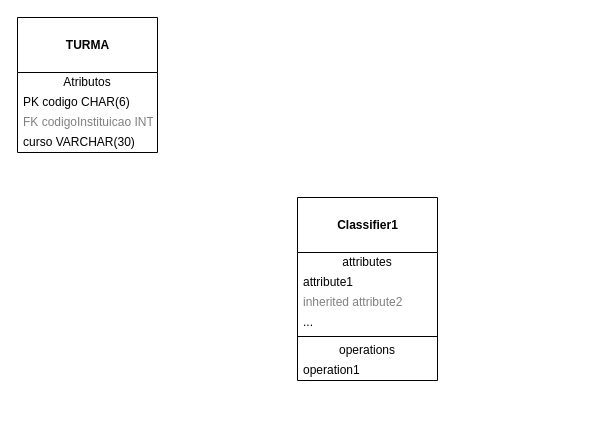
This is Untitled Diagram.drawio from LuisMeirelles/lembre.me-backend, a draw.io file, before an edit. Source tidied: cells renumbered, new cells numbered last; positions are measured from the earlier drawing's top-left corner, leaving out a move shared by most shapes. Both pictures are drawn from the tidied source at 100%, with x=0, y=0 at pixel (17, 17).
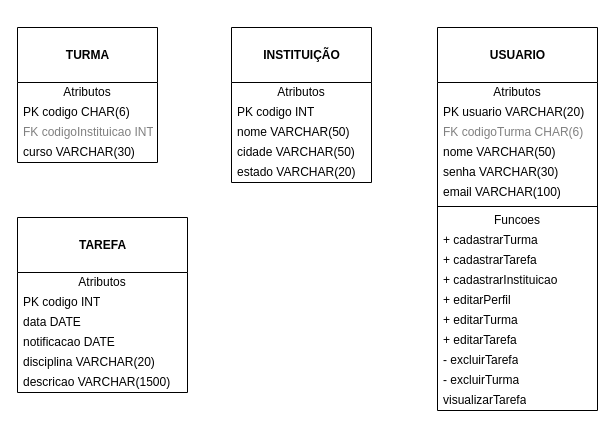
The same diagram, later.

The edit, as a diff of the source:
```diff
@@
     <mxCell id="2" value="&lt;b&gt;&lt;br&gt;TURMA&lt;/b&gt;" style="swimlane;fontStyle=0;align=center;verticalAlign=top;horizontal=1;startSize=55;html=1;" parent="1" vertex="1">
-      <mxGeometry width="140" height="135" as="geometry" />
+      <mxGeometry y="10" width="140" height="135" as="geometry" />
     </mxCell>
@@
-    <mxCell id="7" value="&lt;br&gt;&lt;b&gt;Classifier1&lt;/b&gt;&lt;br&gt;" style="swimlane;fontStyle=0;align=center;verticalAlign=top;horizontal=1;startSize=55;html=1;" parent="1" vertex="1">
-      <mxGeometry x="280" y="180" width="140" height="183" as="geometry" />
+    <mxCell id="7" value="&lt;br&gt;&lt;b&gt;INSTITUIÇÃO&lt;/b&gt;" style="swimlane;fontStyle=0;align=center;verticalAlign=top;horizontal=1;startSize=55;html=1;" parent="1" vertex="1">
+      <mxGeometry x="214" y="10" width="140" height="155" as="geometry" />
     </mxCell>
-    <mxCell id="8" value="attributes" style="text;html=1;strokeColor=none;fillColor=none;align=center;verticalAlign=middle;spacingLeft=4;spacingRight=4;overflow=hidden;" parent="7" vertex="1">
+    <mxCell id="8" value="Atributos" style="text;html=1;strokeColor=none;fillColor=none;align=center;verticalAlign=middle;spacingLeft=4;spacingRight=4;overflow=hidden;" parent="7" vertex="1">
       <mxGeometry y="55" width="140" height="20" as="geometry" />
     </mxCell>
-    <mxCell id="9" value="attribute1" style="text;html=1;strokeColor=none;fillColor=none;align=left;verticalAlign=middle;spacingLeft=4;spacingRight=4;overflow=hidden;" parent="7" vertex="1">
+    <mxCell id="9" value="PK codigo INT" style="text;html=1;strokeColor=none;fillColor=none;align=left;verticalAlign=middle;spacingLeft=4;spacingRight=4;overflow=hidden;" parent="7" vertex="1">
       <mxGeometry y="75" width="140" height="20" as="geometry" />
     </mxCell>
-    <mxCell id="10" value="inherited attribute2" style="text;html=1;strokeColor=none;fillColor=none;align=left;verticalAlign=middle;spacingLeft=4;spacingRight=4;overflow=hidden;fontColor=#808080;" parent="7" vertex="1">
-      <mxGeometry y="95" width="140" height="20" as="geometry" />
-    </mxCell>
+    <mxCell id="15" value="nome VARCHAR(50)" style="text;html=1;strokeColor=none;fillColor=none;align=left;verticalAlign=middle;spacingLeft=4;spacingRight=4;overflow=hidden;" parent="7" vertex="1">
+      <mxGeometry y="95" width="140" height="20" as="geometry" />
+    </mxCell>
+    <mxCell id="16" value="cidade VARCHAR(50)" style="text;html=1;strokeColor=none;fillColor=none;align=left;verticalAlign=middle;spacingLeft=4;spacingRight=4;overflow=hidden;" parent="7" vertex="1">
+      <mxGeometry y="115" width="140" height="20" as="geometry" />
+    </mxCell>
-    <mxCell id="11" value="..." style="text;html=1;strokeColor=none;fillColor=none;align=left;verticalAlign=middle;spacingLeft=4;spacingRight=4;overflow=hidden;" parent="7" vertex="1">
-      <mxGeometry y="115" width="140" height="20" as="geometry" />
+    <mxCell id="11" value="estado VARCHAR(20)" style="text;html=1;strokeColor=none;fillColor=none;align=left;verticalAlign=middle;spacingLeft=4;spacingRight=4;overflow=hidden;" parent="7" vertex="1">
+      <mxGeometry y="135" width="140" height="20" as="geometry" />
     </mxCell>
-    <mxCell id="12" style="line;strokeWidth=1;fillColor=none;align=left;verticalAlign=middle;spacingTop=-1;spacingLeft=3;spacingRight=3;labelPosition=right;" parent="7" vertex="1">
-      <mxGeometry y="135" width="140" height="8" as="geometry" />
-    </mxCell>
-    <mxCell id="13" value="operations" style="text;html=1;strokeColor=none;fillColor=none;align=center;verticalAlign=middle;spacingLeft=4;spacingRight=4;overflow=hidden;" parent="7" vertex="1">
-      <mxGeometry y="143" width="140" height="20" as="geometry" />
-    </mxCell>
-    <mxCell id="14" value="operation1" style="text;html=1;strokeColor=none;fillColor=none;align=left;verticalAlign=middle;spacingLeft=4;spacingRight=4;overflow=hidden;" parent="7" vertex="1">
-      <mxGeometry y="163" width="140" height="20" as="geometry" />
-    </mxCell>
+    <mxCell id="17" value="&lt;br&gt;&lt;b&gt;USUARIO&lt;/b&gt;" style="swimlane;fontStyle=0;align=center;verticalAlign=top;horizontal=1;startSize=55;html=1;" parent="1" vertex="1">
+      <mxGeometry x="420" y="10" width="160" height="383" as="geometry" />
+    </mxCell>
+    <mxCell id="18" value="Atributos" style="text;html=1;strokeColor=none;fillColor=none;align=center;verticalAlign=middle;spacingLeft=4;spacingRight=4;overflow=hidden;" parent="17" vertex="1">
+      <mxGeometry y="55" width="160" height="20" as="geometry" />
+    </mxCell>
+    <mxCell id="19" value="PK usuario VARCHAR(20)" style="text;html=1;strokeColor=none;fillColor=none;align=left;verticalAlign=middle;spacingLeft=4;spacingRight=4;overflow=hidden;" parent="17" vertex="1">
+      <mxGeometry y="75" width="160" height="20" as="geometry" />
+    </mxCell>
+    <mxCell id="20" value="FK codigoTurma CHAR(6)" style="text;html=1;strokeColor=none;fillColor=none;align=left;verticalAlign=middle;spacingLeft=4;spacingRight=4;overflow=hidden;fontColor=#808080;" parent="17" vertex="1">
+      <mxGeometry y="95" width="160" height="20" as="geometry" />
+    </mxCell>
+    <mxCell id="21" value="nome VARCHAR(50)" style="text;html=1;strokeColor=none;fillColor=none;align=left;verticalAlign=middle;spacingLeft=4;spacingRight=4;overflow=hidden;" parent="17" vertex="1">
+      <mxGeometry y="115" width="160" height="20" as="geometry" />
+    </mxCell>
+    <mxCell id="22" value="senha VARCHAR(30)" style="text;html=1;strokeColor=none;fillColor=none;align=left;verticalAlign=middle;spacingLeft=4;spacingRight=4;overflow=hidden;" parent="17" vertex="1">
+      <mxGeometry y="135" width="160" height="20" as="geometry" />
+    </mxCell>
+    <mxCell id="23" value="email VARCHAR(100)" style="text;html=1;strokeColor=none;fillColor=none;align=left;verticalAlign=middle;spacingLeft=4;spacingRight=4;overflow=hidden;" parent="17" vertex="1">
+      <mxGeometry y="155" width="160" height="20" as="geometry" />
+    </mxCell>
+    <mxCell id="24" style="line;strokeWidth=1;fillColor=none;align=left;verticalAlign=middle;spacingTop=-1;spacingLeft=3;spacingRight=3;labelPosition=right;" parent="17" vertex="1">
+      <mxGeometry y="175" width="160" height="8" as="geometry" />
+    </mxCell>
+    <mxCell id="25" value="Funcoes" style="text;html=1;strokeColor=none;fillColor=none;align=center;verticalAlign=middle;spacingLeft=4;spacingRight=4;overflow=hidden;" parent="17" vertex="1">
+      <mxGeometry y="183" width="160" height="20" as="geometry" />
+    </mxCell>
+    <mxCell id="26" value="+ cadastrarTurma" style="text;html=1;strokeColor=none;fillColor=none;align=left;verticalAlign=middle;spacingLeft=4;spacingRight=4;overflow=hidden;" parent="17" vertex="1">
+      <mxGeometry y="203" width="160" height="20" as="geometry" />
+    </mxCell>
+    <mxCell id="27" value="+ cadastrarTarefa" style="text;html=1;strokeColor=none;fillColor=none;align=left;verticalAlign=middle;spacingLeft=4;spacingRight=4;overflow=hidden;" parent="17" vertex="1">
+      <mxGeometry y="223" width="160" height="20" as="geometry" />
+    </mxCell>
+    <mxCell id="28" value="+ cadastrarInstituicao" style="text;html=1;strokeColor=none;fillColor=none;align=left;verticalAlign=middle;spacingLeft=4;spacingRight=4;overflow=hidden;" parent="17" vertex="1">
+      <mxGeometry y="243" width="160" height="20" as="geometry" />
+    </mxCell>
+    <mxCell id="29" value="+ editarPerfil" style="text;html=1;strokeColor=none;fillColor=none;align=left;verticalAlign=middle;spacingLeft=4;spacingRight=4;overflow=hidden;" parent="17" vertex="1">
+      <mxGeometry y="263" width="160" height="20" as="geometry" />
+    </mxCell>
+    <mxCell id="30" value="+ editarTurma" style="text;html=1;strokeColor=none;fillColor=none;align=left;verticalAlign=middle;spacingLeft=4;spacingRight=4;overflow=hidden;" parent="17" vertex="1">
+      <mxGeometry y="283" width="160" height="20" as="geometry" />
+    </mxCell>
+    <mxCell id="31" value="+ editarTarefa" style="text;html=1;strokeColor=none;fillColor=none;align=left;verticalAlign=middle;spacingLeft=4;spacingRight=4;overflow=hidden;" parent="17" vertex="1">
+      <mxGeometry y="303" width="160" height="20" as="geometry" />
+    </mxCell>
+    <mxCell id="32" value="- excluirTarefa" style="text;html=1;strokeColor=none;fillColor=none;align=left;verticalAlign=middle;spacingLeft=4;spacingRight=4;overflow=hidden;" parent="17" vertex="1">
+      <mxGeometry y="323" width="160" height="20" as="geometry" />
+    </mxCell>
+    <mxCell id="33" value="- excluirTurma" style="text;html=1;strokeColor=none;fillColor=none;align=left;verticalAlign=middle;spacingLeft=4;spacingRight=4;overflow=hidden;" parent="17" vertex="1">
+      <mxGeometry y="343" width="160" height="20" as="geometry" />
+    </mxCell>
+    <mxCell id="34" value="visualizarTarefa" style="text;html=1;strokeColor=none;fillColor=none;align=left;verticalAlign=middle;spacingLeft=4;spacingRight=4;overflow=hidden;" parent="17" vertex="1">
+      <mxGeometry y="363" width="160" height="20" as="geometry" />
+    </mxCell>
+    <mxCell id="35" value="&lt;br&gt;&lt;b&gt;TAREFA&lt;/b&gt;" style="swimlane;fontStyle=0;align=center;verticalAlign=top;horizontal=1;startSize=55;html=1;" parent="1" vertex="1">
+      <mxGeometry y="200" width="170" height="175" as="geometry" />
+    </mxCell>
+    <mxCell id="36" value="Atributos" style="text;html=1;strokeColor=none;fillColor=none;align=center;verticalAlign=middle;spacingLeft=4;spacingRight=4;overflow=hidden;" parent="35" vertex="1">
+      <mxGeometry y="55" width="170" height="20" as="geometry" />
+    </mxCell>
+    <mxCell id="37" value="PK codigo INT" style="text;html=1;strokeColor=none;fillColor=none;align=left;verticalAlign=middle;spacingLeft=4;spacingRight=4;overflow=hidden;" parent="35" vertex="1">
+      <mxGeometry y="75" width="170" height="20" as="geometry" />
+    </mxCell>
+    <mxCell id="38" value="data DATE" style="text;html=1;strokeColor=none;fillColor=none;align=left;verticalAlign=middle;spacingLeft=4;spacingRight=4;overflow=hidden;" parent="35" vertex="1">
+      <mxGeometry y="95" width="170" height="20" as="geometry" />
+    </mxCell>
+    <mxCell id="39" value="notificacao DATE" style="text;html=1;strokeColor=none;fillColor=none;align=left;verticalAlign=middle;spacingLeft=4;spacingRight=4;overflow=hidden;" parent="35" vertex="1">
+      <mxGeometry y="115" width="170" height="20" as="geometry" />
+    </mxCell>
+    <mxCell id="40" value="disciplina VARCHAR(20)" style="text;html=1;strokeColor=none;fillColor=none;align=left;verticalAlign=middle;spacingLeft=4;spacingRight=4;overflow=hidden;" parent="35" vertex="1">
+      <mxGeometry y="135" width="170" height="20" as="geometry" />
+    </mxCell>
+    <mxCell id="41" value="descricao VARCHAR(1500)" style="text;html=1;strokeColor=none;fillColor=none;align=left;verticalAlign=middle;spacingLeft=4;spacingRight=4;overflow=hidden;" parent="35" vertex="1">
+      <mxGeometry y="155" width="170" height="20" as="geometry" />
+    </mxCell>
```
